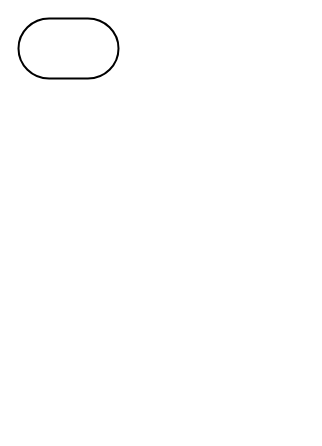
The draw.io diagram page "Page-1" (1 of 2) of BDL/UAS BDL.drawio in dicefoxs/DrawIO, before the edit. Source tidied: cells renumbered, new cells numbered last; positions are measured from the earlier drawing's top-left corner, leaving out a move shared by most shapes. Both pictures are drawn from the tidied source at 100%, with x=0, y=0 at pixel (18, 18).
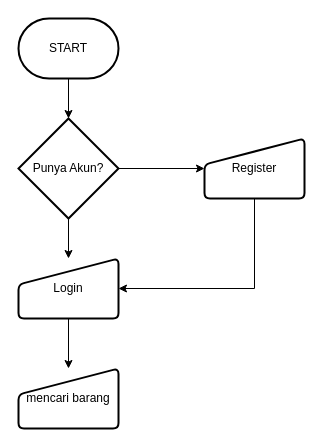
The same diagram, later.

Diff of the diagram source:
```diff
@@
 <mxGraphModel>
   <root>
     <mxCell id="0" />
     <mxCell id="1" parent="0" />
+    <mxCell id="3" style="edgeStyle=orthogonalEdgeStyle;rounded=0;jettySize=auto;html=1;entryX=0.5;entryY=0;entryDx=0;entryDy=0;entryPerimeter=0;" parent="1" edge="1" source="2" target="8">
+      <mxGeometry relative="1" as="geometry" />
+    </mxCell>
-    <mxCell id="2" style="strokeWidth=2;html=1;shape=mxgraph.flowchart.terminator;whiteSpace=wrap;" parent="1" vertex="1">
+    <mxCell id="2" value="START" style="strokeWidth=2;html=1;shape=mxgraph.flowchart.terminator;whiteSpace=wrap;" parent="1" vertex="1">
       <mxGeometry width="100" height="60" as="geometry" />
     </mxCell>
+    <mxCell id="4" style="edgeStyle=orthogonalEdgeStyle;rounded=0;jettySize=auto;html=1;" parent="1" edge="1" source="5" target="11">
+      <mxGeometry relative="1" as="geometry" />
+    </mxCell>
+    <mxCell id="5" value="&lt;div&gt;Login&lt;/div&gt;" style="html=1;strokeWidth=2;shape=manualInput;whiteSpace=wrap;rounded=1;size=26;arcSize=11;" parent="1" vertex="1">
+      <mxGeometry y="240" width="100" height="60" as="geometry" />
+    </mxCell>
+    <mxCell id="6" style="edgeStyle=orthogonalEdgeStyle;rounded=0;jettySize=auto;html=1;" parent="1" edge="1" source="8" target="10">
+      <mxGeometry relative="1" as="geometry" />
+    </mxCell>
+    <mxCell id="7" style="edgeStyle=orthogonalEdgeStyle;rounded=0;jettySize=auto;html=1;entryX=0.5;entryY=0;entryDx=0;entryDy=0;" parent="1" edge="1" source="8" target="5">
+      <mxGeometry relative="1" as="geometry" />
+    </mxCell>
+    <mxCell id="8" value="Punya Akun?" style="strokeWidth=2;html=1;shape=mxgraph.flowchart.decision;whiteSpace=wrap;" parent="1" vertex="1">
+      <mxGeometry y="100" width="100" height="100" as="geometry" />
+    </mxCell>
+    <mxCell id="9" style="edgeStyle=orthogonalEdgeStyle;rounded=0;jettySize=auto;html=1;entryX=1;entryY=0.5;entryDx=0;entryDy=0;" parent="1" edge="1" source="10" target="5">
+      <mxGeometry relative="1" as="geometry">
+        <Array as="points">
+          <mxPoint x="236" y="270" />
+        </Array>
+      </mxGeometry>
+    </mxCell>
+    <mxCell id="10" value="Register" style="html=1;strokeWidth=2;shape=manualInput;whiteSpace=wrap;rounded=1;size=26;arcSize=11;" parent="1" vertex="1">
+      <mxGeometry x="186" y="120" width="100" height="60" as="geometry" />
+    </mxCell>
+    <mxCell id="11" value="mencari barang" style="html=1;strokeWidth=2;shape=manualInput;whiteSpace=wrap;rounded=1;size=26;arcSize=11;" parent="1" vertex="1">
+      <mxGeometry y="350" width="100" height="60" as="geometry" />
+    </mxCell>
   </root>
 </mxGraphModel>
```
